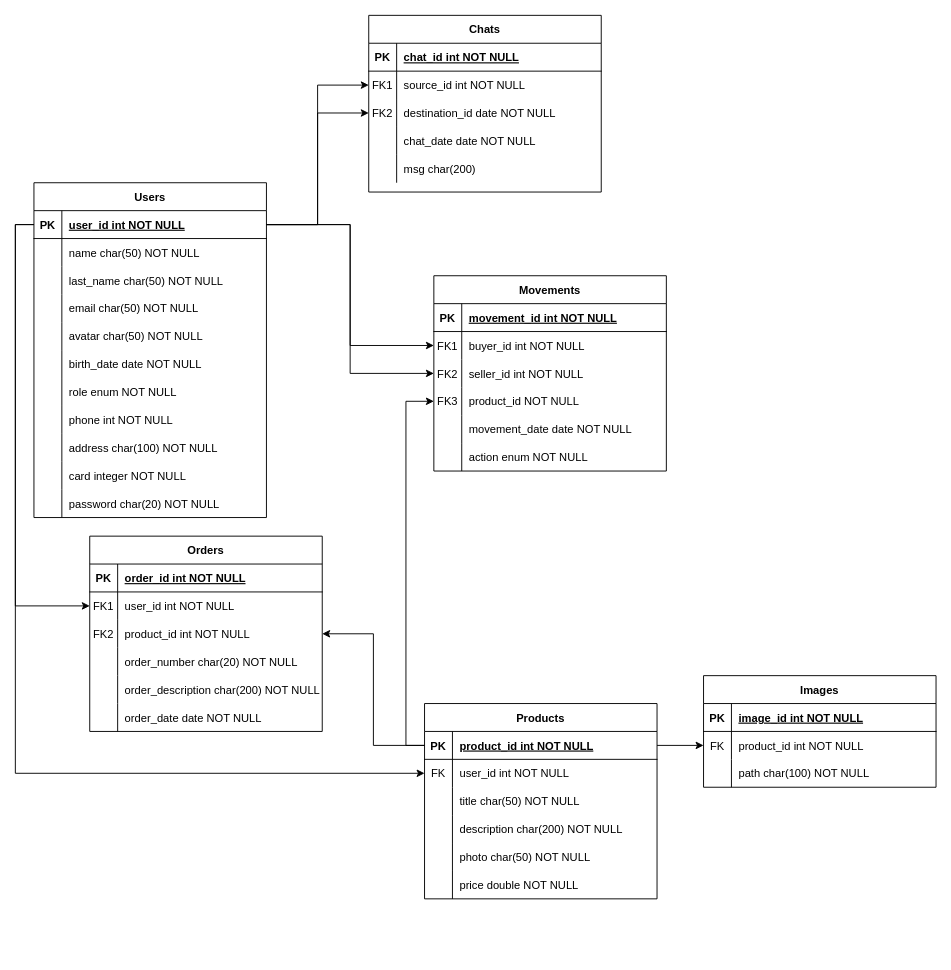
Above: images/diagram3.drawio in adrianoosses/final-back (draw.io), before the change. Source tidied: cells renumbered, new cells numbered last; positions are measured from the earlier drawing's top-left corner, leaving out a move shared by most shapes. Both pictures are drawn from the tidied source at 93%, with x=0, y=0 at pixel (33, 15).
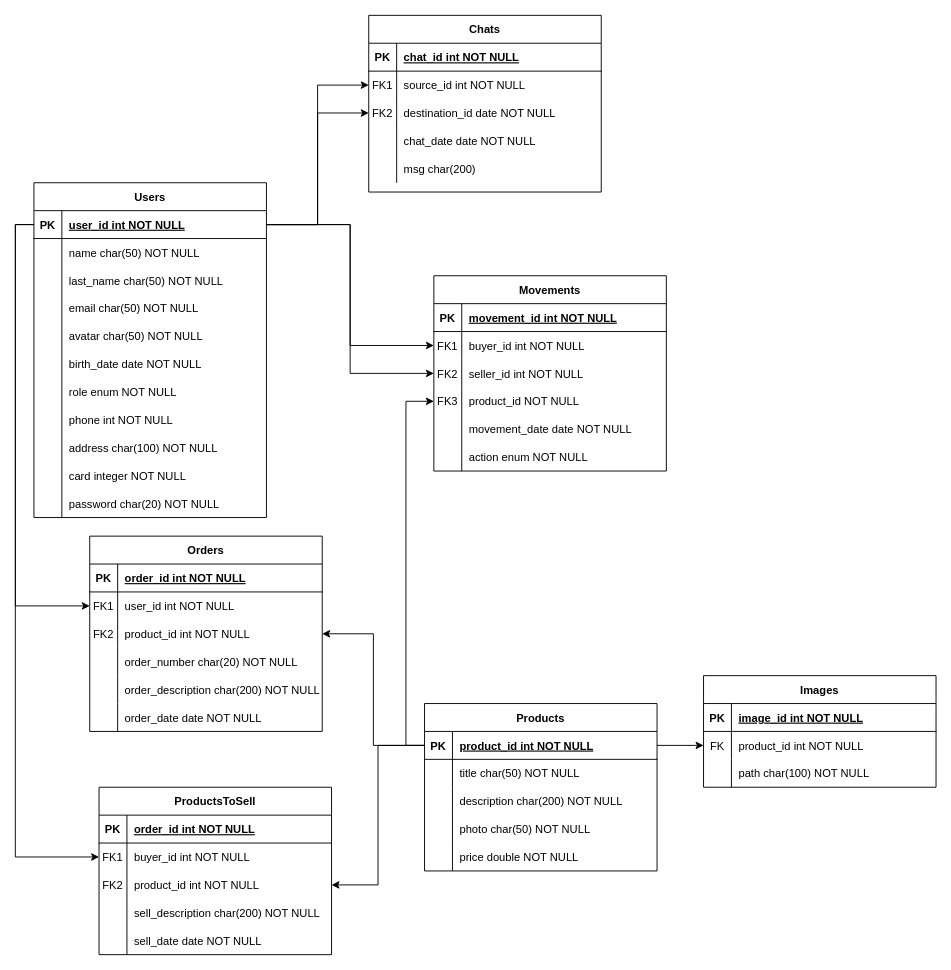
Above is the later version.

Unchanged cells that the change refers to:
```xml
<mxCell id="19" style="shape=partialRectangle;fillColor=none;points=[[0,0.5],[1,0.5]];portConstraint=eastwest;top=0;left=0;right=0;bottom=1;" parent="18" vertex="1">
  <mxGeometry y="30" width="250" height="30" as="geometry" />
</mxCell>
<mxCell id="72" style="shape=partialRectangle;fillColor=none;points=[[0,0.5],[1,0.5]];portConstraint=eastwest;top=0;left=0;right=0;bottom=1;" parent="71" vertex="1">
  <mxGeometry y="30" width="250" height="30" as="geometry" />
</mxCell>
```

What changed in the source:
```diff
@@
     <mxCell id="71" value="Products" style="shape=table;startSize=30;childLayout=tableLayout;rowLines=0;fontStyle=1;align=center;" parent="1" vertex="1">
-      <mxGeometry x="420" y="740" width="250" height="210" as="geometry" />
+      <mxGeometry x="420" y="740" width="250" height="180" as="geometry" />
     </mxCell>
@@
-    <mxCell id="75" style="shape=partialRectangle;fillColor=none;points=[[0,0.5],[1,0.5]];portConstraint=eastwest;top=0;left=0;right=0;bottom=0;" parent="71" vertex="1">
-      <mxGeometry y="60" width="250" height="30" as="geometry" />
-    </mxCell>
-    <mxCell id="76" value="FK" style="shape=partialRectangle;overflow=hidden;fillColor=none;top=0;left=0;bottom=0;right=0;" parent="75" vertex="1">
-      <mxGeometry width="30" height="30" as="geometry" />
-    </mxCell>
-    <mxCell id="77" value="user_id int NOT NULL" style="shape=partialRectangle;overflow=hidden;fillColor=none;top=0;left=0;bottom=0;right=0;align=left;spacingLeft=6;" parent="75" vertex="1">
-      <mxGeometry x="30" width="220" height="30" as="geometry" />
-    </mxCell>
     <mxCell id="78" style="shape=partialRectangle;fillColor=none;top=0;left=0;right=0;bottom=0;" parent="71" vertex="1">
-      <mxGeometry y="90" width="250" height="30" as="geometry" />
+      <mxGeometry y="60" width="250" height="30" as="geometry" />
     </mxCell>
@@
     <mxCell id="81" style="shape=partialRectangle;fillColor=none;top=0;left=0;right=0;bottom=0;" parent="71" vertex="1">
-      <mxGeometry y="120" width="250" height="30" as="geometry" />
+      <mxGeometry y="90" width="250" height="30" as="geometry" />
     </mxCell>
@@
     <mxCell id="84" style="shape=partialRectangle;fillColor=none;top=0;left=0;right=0;bottom=0;" parent="71" vertex="1">
-      <mxGeometry y="150" width="250" height="30" as="geometry" />
+      <mxGeometry y="120" width="250" height="30" as="geometry" />
     </mxCell>
@@
     <mxCell id="87" style="shape=partialRectangle;fillColor=none;top=0;left=0;right=0;bottom=0;" parent="71" vertex="1">
-      <mxGeometry y="180" width="250" height="30" as="geometry" />
+      <mxGeometry y="150" width="250" height="30" as="geometry" />
     </mxCell>
@@
-    <mxCell id="116" style="edgeStyle=orthogonalEdgeStyle;rounded=0;jettySize=auto;html=1;exitX=0;exitY=0.5;exitDx=0;exitDy=0;entryX=0;entryY=0.5;entryDx=0;entryDy=0;" parent="1" edge="1" source="19" target="75">
-      <mxGeometry relative="1" as="geometry" />
-    </mxCell>
@@
+    <mxCell id="128" value="ProductsToSell" style="shape=table;startSize=30;childLayout=tableLayout;rowLines=0;fontStyle=1;align=center;" parent="1" vertex="1">
+      <mxGeometry x="70" y="830" width="250" height="180" as="geometry" />
+    </mxCell>
+    <mxCell id="129" style="shape=partialRectangle;fillColor=none;top=0;left=0;right=0;bottom=1;" parent="128" vertex="1">
+      <mxGeometry y="30" width="250" height="30" as="geometry" />
+    </mxCell>
+    <mxCell id="130" value="PK" style="shape=partialRectangle;overflow=hidden;fillColor=none;top=0;left=0;bottom=0;right=0;fontStyle=1;" parent="129" vertex="1">
+      <mxGeometry width="30" height="30" as="geometry" />
+    </mxCell>
+    <mxCell id="131" value="order_id int NOT NULL " style="shape=partialRectangle;overflow=hidden;fillColor=none;top=0;left=0;bottom=0;right=0;align=left;spacingLeft=6;fontStyle=5;" parent="129" vertex="1">
+      <mxGeometry x="30" width="220" height="30" as="geometry" />
+    </mxCell>
+    <mxCell id="75" style="shape=partialRectangle;fillColor=none;points=[[0,0.5],[1,0.5]];portConstraint=eastwest;top=0;left=0;right=0;bottom=0;" parent="128" vertex="1">
+      <mxGeometry y="60" width="250" height="30" as="geometry" />
+    </mxCell>
+    <mxCell id="132" value="FK1" style="shape=partialRectangle;overflow=hidden;fillColor=none;top=0;left=0;bottom=0;right=0;" parent="75" vertex="1">
+      <mxGeometry width="30" height="30" as="geometry" />
+    </mxCell>
+    <mxCell id="133" value="buyer_id int NOT NULL" style="shape=partialRectangle;overflow=hidden;fillColor=none;top=0;left=0;bottom=0;right=0;align=left;spacingLeft=6;" parent="75" vertex="1">
+      <mxGeometry x="30" width="220" height="30" as="geometry" />
+    </mxCell>
+    <mxCell id="134" style="shape=partialRectangle;fillColor=none;points=[[0,0.5],[1,0.5]];portConstraint=eastwest;top=0;left=0;right=0;bottom=0;" parent="128" vertex="1">
+      <mxGeometry y="90" width="250" height="30" as="geometry" />
+    </mxCell>
+    <mxCell id="135" value="FK2" style="shape=partialRectangle;overflow=hidden;fillColor=none;top=0;left=0;bottom=0;right=0;" parent="134" vertex="1">
+      <mxGeometry width="30" height="30" as="geometry" />
+    </mxCell>
+    <mxCell id="136" value="product_id int NOT NULL" style="shape=partialRectangle;overflow=hidden;fillColor=none;top=0;left=0;bottom=0;right=0;align=left;spacingLeft=6;" parent="134" vertex="1">
+      <mxGeometry x="30" width="220" height="30" as="geometry" />
+    </mxCell>
+    <mxCell id="137" style="shape=partialRectangle;fillColor=none;top=0;left=0;right=0;bottom=0;" parent="128" vertex="1">
+      <mxGeometry y="120" width="250" height="30" as="geometry" />
+    </mxCell>
+    <mxCell id="138" style="shape=partialRectangle;overflow=hidden;fillColor=none;top=0;left=0;bottom=0;right=0;" parent="137" vertex="1">
+      <mxGeometry width="30" height="30" as="geometry" />
+    </mxCell>
+    <mxCell id="139" value="sell_description char(200) NOT NULL" style="shape=partialRectangle;overflow=hidden;fillColor=none;top=0;left=0;bottom=0;right=0;align=left;spacingLeft=6;" parent="137" vertex="1">
+      <mxGeometry x="30" width="220" height="30" as="geometry" />
+    </mxCell>
+    <mxCell id="140" style="shape=partialRectangle;fillColor=none;top=0;left=0;right=0;bottom=0;" parent="128" vertex="1">
+      <mxGeometry y="150" width="250" height="30" as="geometry" />
+    </mxCell>
+    <mxCell id="141" style="shape=partialRectangle;overflow=hidden;fillColor=none;top=0;left=0;bottom=0;right=0;" parent="140" vertex="1">
+      <mxGeometry width="30" height="30" as="geometry" />
+    </mxCell>
+    <mxCell id="142" value="sell_date date NOT NULL" style="shape=partialRectangle;overflow=hidden;fillColor=none;top=0;left=0;bottom=0;right=0;align=left;spacingLeft=6;" parent="140" vertex="1">
+      <mxGeometry x="30" width="220" height="30" as="geometry" />
+    </mxCell>
+    <mxCell id="143" style="edgeStyle=orthogonalEdgeStyle;rounded=0;jettySize=auto;html=1;exitX=0;exitY=0.5;exitDx=0;exitDy=0;entryX=1;entryY=0.5;entryDx=0;entryDy=0;" parent="1" edge="1" source="72" target="134">
+      <mxGeometry relative="1" as="geometry" />
+    </mxCell>
+    <mxCell id="116" style="edgeStyle=orthogonalEdgeStyle;rounded=0;jettySize=auto;html=1;exitX=0;exitY=0.5;exitDx=0;exitDy=0;entryX=0;entryY=0.5;entryDx=0;entryDy=0;" parent="1" edge="1" source="19" target="75">
+      <mxGeometry relative="1" as="geometry" />
+    </mxCell>
```
